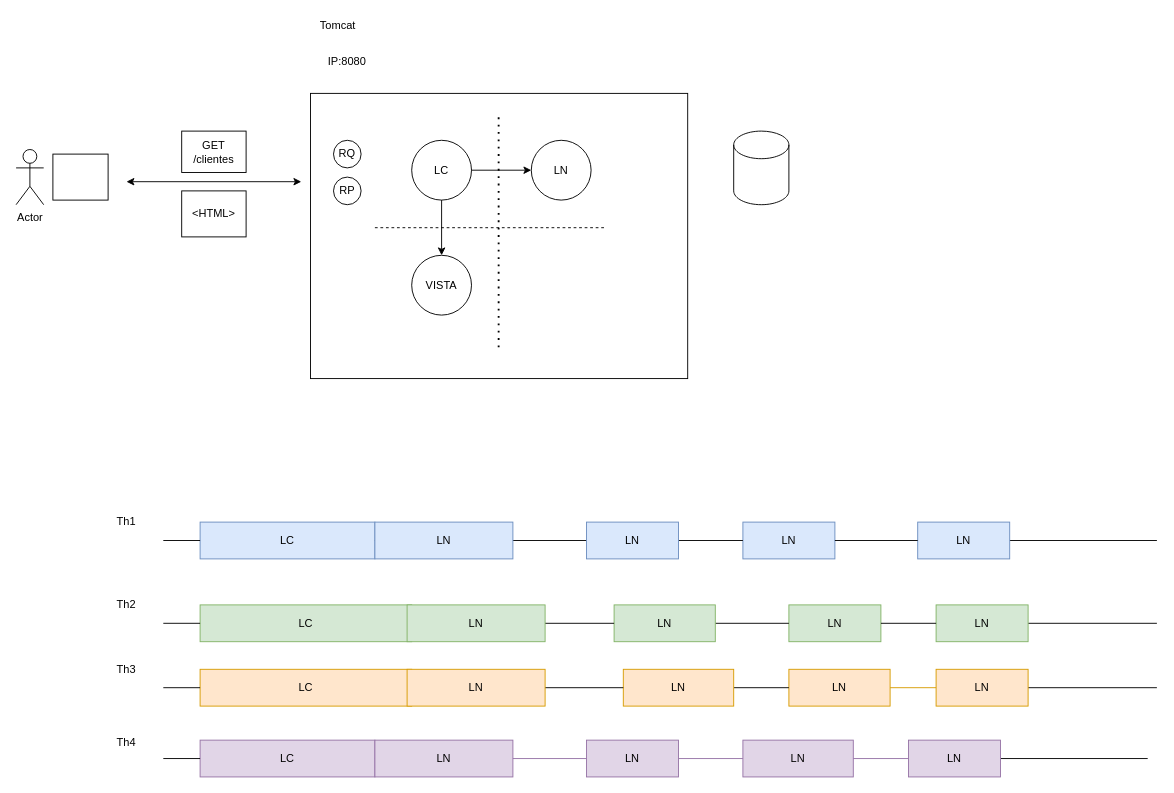
lrag/WebFlux keeps this draw.io diagram as page "Página-1" (1 of 5) of webflux.drawio. Above is the earlier version. Source tidied: cells renumbered, new cells numbered last; positions are measured from the earlier drawing's top-left corner, leaving out a move shared by most shapes. Both pictures are drawn from the tidied source at 92%, with x=0, y=0 at pixel (16, 16).
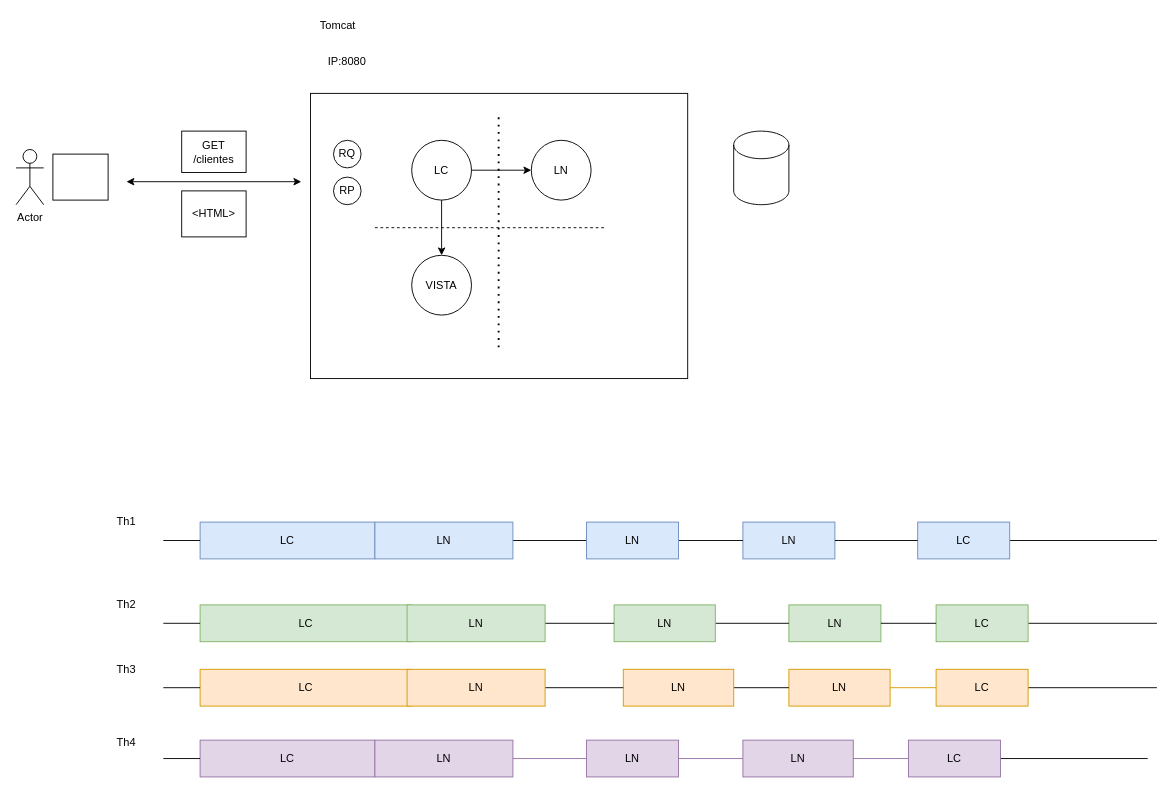
After the change.

Change to the diagram source:
```diff
@@
-    <mxCell id="27" value="LN" style="rounded=0;whiteSpace=wrap;html=1;fillColor=#dae8fc;strokeColor=#6c8ebf;" parent="1" vertex="1">
+    <mxCell id="27" value="LC" style="rounded=0;whiteSpace=wrap;html=1;fillColor=#dae8fc;strokeColor=#6c8ebf;" parent="1" vertex="1">
       <mxGeometry x="980" y="550" width="100" height="40" as="geometry" />
     </mxCell>
@@
-    <mxCell id="36" value="LN" style="rounded=0;whiteSpace=wrap;html=1;fillColor=#d5e8d4;strokeColor=#82b366;" parent="1" vertex="1">
+    <mxCell id="36" value="LC" style="rounded=0;whiteSpace=wrap;html=1;fillColor=#d5e8d4;strokeColor=#82b366;" parent="1" vertex="1">
       <mxGeometry x="1000" y="640" width="100" height="40" as="geometry" />
     </mxCell>
@@
-    <mxCell id="47" value="LN" style="rounded=0;whiteSpace=wrap;html=1;fillColor=#ffe6cc;strokeColor=#d79b00;" parent="1" vertex="1">
+    <mxCell id="47" value="LC" style="rounded=0;whiteSpace=wrap;html=1;fillColor=#ffe6cc;strokeColor=#d79b00;" parent="1" vertex="1">
       <mxGeometry x="1000" y="710" width="100" height="40" as="geometry" />
     </mxCell>
@@
-    <mxCell id="58" value="LN" style="rounded=0;whiteSpace=wrap;html=1;fillColor=#e1d5e7;strokeColor=#9673a6;" parent="1" vertex="1">
+    <mxCell id="58" value="LC" style="rounded=0;whiteSpace=wrap;html=1;fillColor=#e1d5e7;strokeColor=#9673a6;" parent="1" vertex="1">
       <mxGeometry x="970" y="787" width="100" height="40" as="geometry" />
     </mxCell>
```
